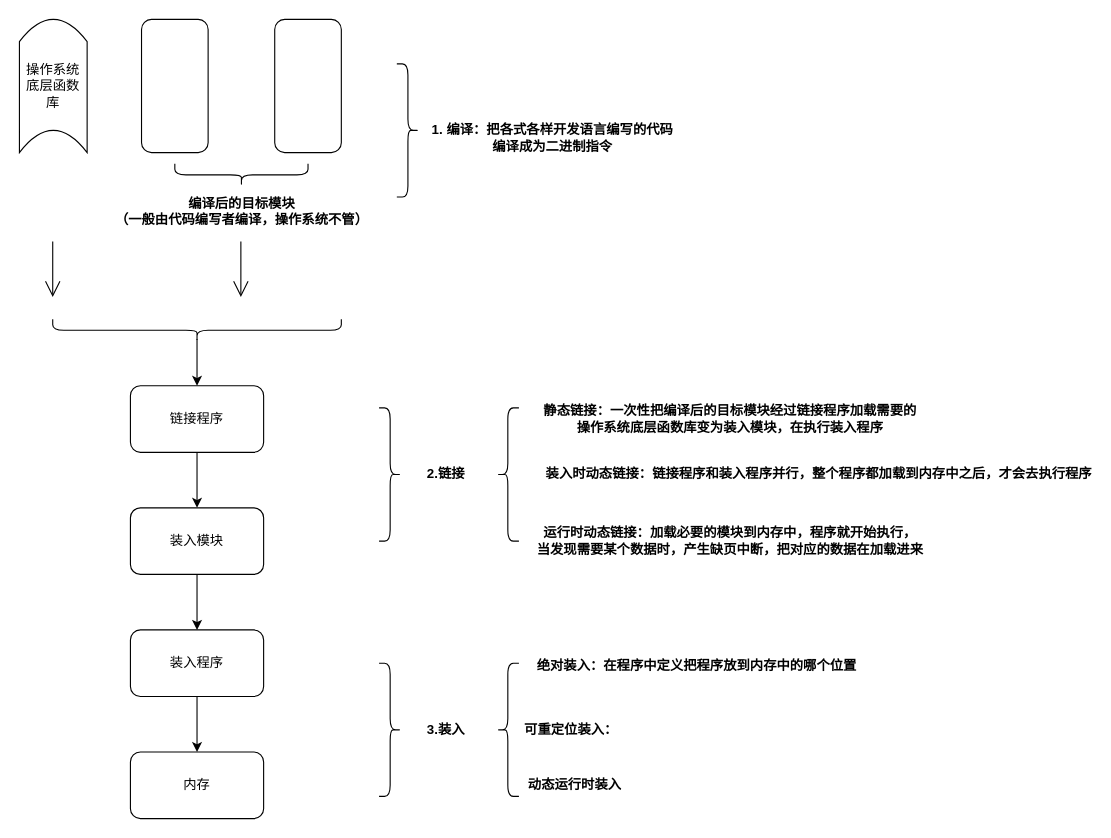
Chaimek/LearnPictures keeps this draw.io diagram as 操作系统/进程是如何执行的.drawio. Above is the earlier version. Source tidied: cells renumbered, new cells numbered last; positions are measured from the earlier drawing's top-left corner, leaving out a move shared by most shapes. Both pictures are drawn from the tidied source at 111%, with x=0, y=0 at pixel (19, 19).
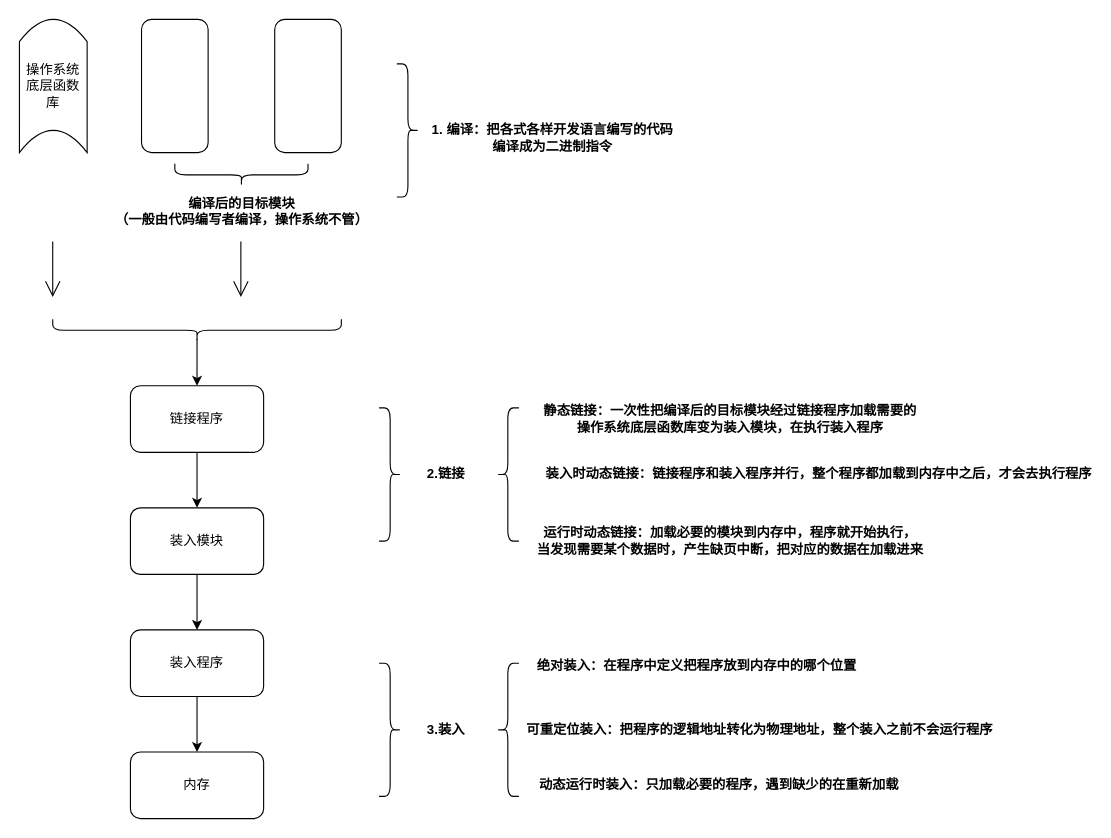
Above is the later version.

Commit message:
更新进程是如何执行的.drawio

Change to the diagram source:
```diff
@@
-    <mxCell id="30" value="可重定位装入：&amp;nbsp;&amp;nbsp;" style="text;align=center;fontStyle=1;verticalAlign=middle;spacingLeft=3;spacingRight=3;strokeColor=none;html=1;" parent="1" vertex="1">
-      <mxGeometry x="460" y="627" width="80" height="26" as="geometry" />
+    <mxCell id="30" value="可重定位装入：把程序的逻辑地址转化为物理地址，整个装入之前不会运行程序&amp;nbsp;&amp;nbsp;" style="text;align=center;fontStyle=1;verticalAlign=middle;spacingLeft=3;spacingRight=3;strokeColor=none;html=1;" parent="1" vertex="1">
+      <mxGeometry x="630" y="627" width="80" height="26" as="geometry" />
     </mxCell>
-    <mxCell id="31" value="动态运行时装入" style="text;align=center;fontStyle=1;verticalAlign=middle;spacingLeft=3;spacingRight=3;strokeColor=none;html=1;" parent="1" vertex="1">
-      <mxGeometry x="460" y="677" width="80" height="26" as="geometry" />
+    <mxCell id="31" value="动态运行时装入：只加载必要的程序，遇到缺少的在重新加载" style="text;align=center;fontStyle=1;verticalAlign=middle;spacingLeft=3;spacingRight=3;strokeColor=none;html=1;" parent="1" vertex="1">
+      <mxGeometry x="590" y="677" width="80" height="26" as="geometry" />
     </mxCell>
```
